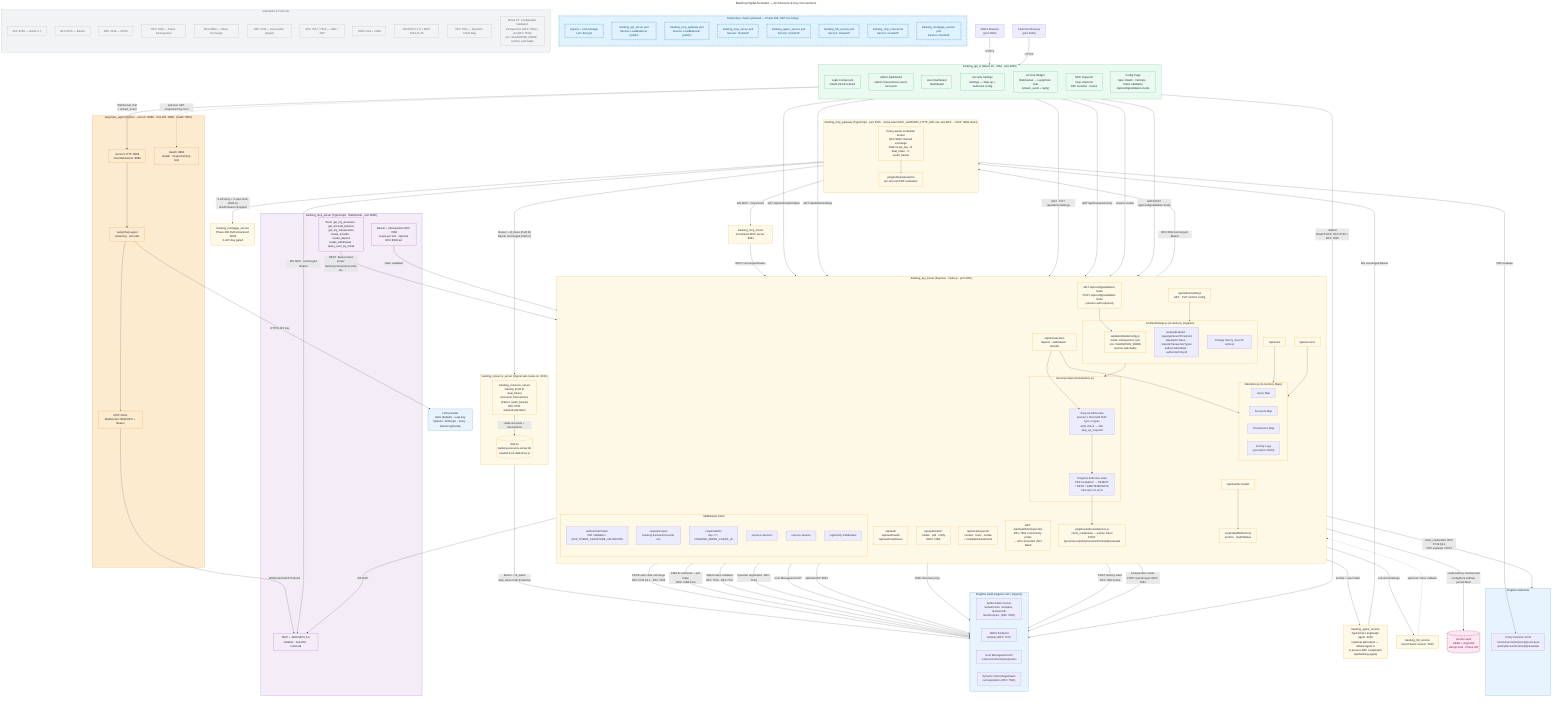
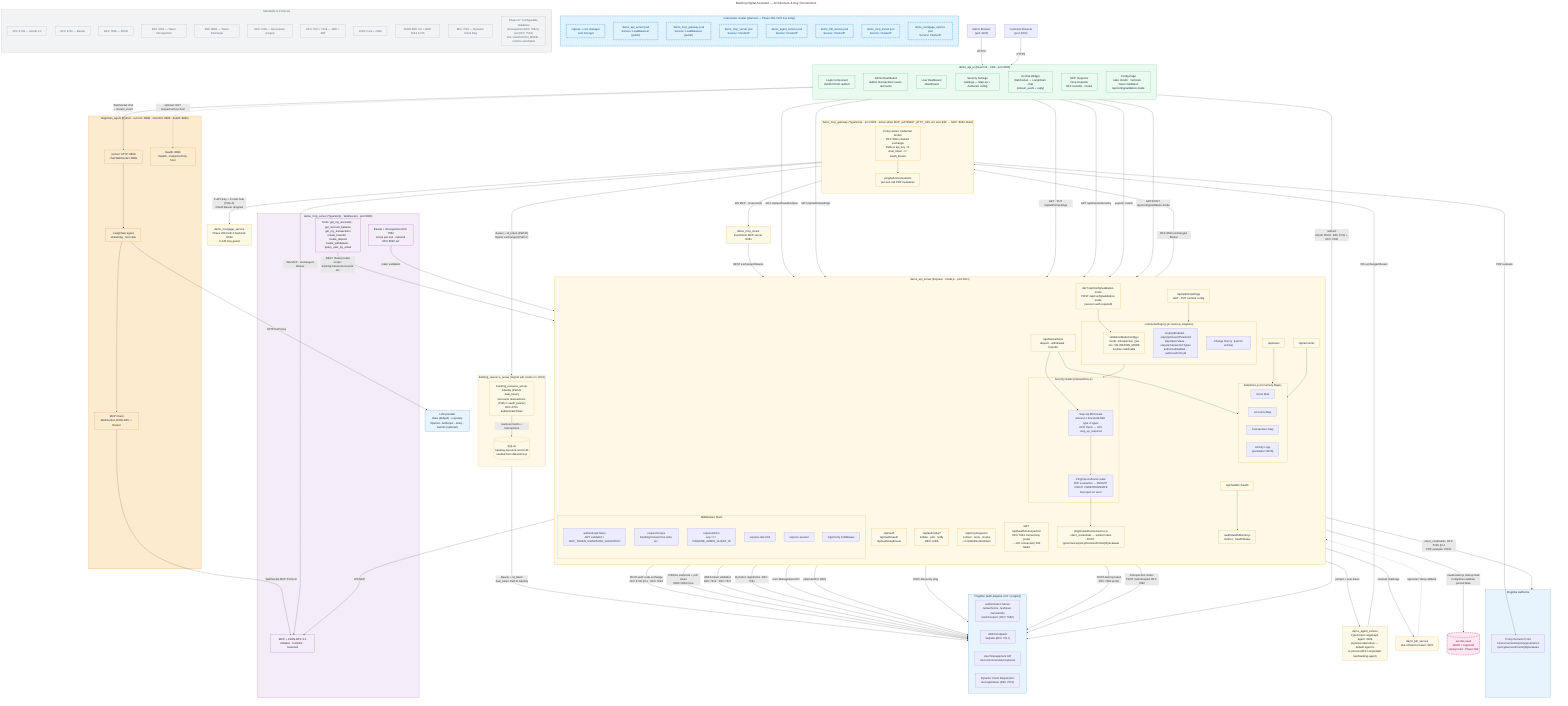
---
title: Banking Digital Assistant — Architecture & Key Connections
---
flowchart TB
    %% ── Phase 268 future K8s topology — DASHED = PLANNED, NOT SHIPPED ─
    subgraph K8s["Kubernetes cluster (planned — Phase 268, NOT live today)"]
        direction TB
        Ingress["Ingress + cert-manager<br/>Let's Encrypt"]
-         BFFPod["banking_api_server pod<br/>Service: LoadBalancer (public)"]
-         GWPod["banking_mcp_gateway pod<br/>Service: LoadBalancer (public)"]
-         MCPPod["banking_mcp_server pod<br/>Service: ClusterIP"]
-         AgentPod["banking_agent_service pod<br/>Service: ClusterIP"]
-         HITLPod["banking_hitl_service pod<br/>Service: ClusterIP"]
-         InvestPod["banking_mcp_invest pod<br/>Service: ClusterIP"]
-         MortgagePod["banking_mortgage_service pod<br/>Service: ClusterIP"]
+         BFFPod["demo_api_server pod<br/>Service: LoadBalancer (public)"]
+         GWPod["demo_mcp_gateway pod<br/>Service: LoadBalancer (public)"]
+         MCPPod["demo_mcp_server pod<br/>Service: ClusterIP"]
+         AgentPod["demo_agent_service pod<br/>Service: ClusterIP"]
+         HITLPod["demo_hitl_service pod<br/>Service: ClusterIP"]
+         InvestPod["demo_mcp_invest pod<br/>Service: ClusterIP"]
+         MortgagePod["demo_mortgage_service pod<br/>Service: ClusterIP"]
    end

    %% ── External Users ────────────────────────────────────────────────────────
    AdminBrowser["Admin Browser<br/>(port 4000)"]
    CustomerBrowser["Customer Browser<br/>(port 4000)"]

    %% ── Frontend ──────────────────────────────────────────────────────────────
-     subgraph UI["banking_api_ui  (React 18 · CRA · port 4000)"]
+     subgraph UI["demo_api_ui  (React 18 · CRA · port 4000)"]
        direction TB
        Login["Login Component\nOAuth PKCE redirect"]
        Dashboard["Admin Dashboard\n/admin /transactions /users /accounts"]
        UserDash["User Dashboard\n/dashboard"]
        SecuritySettings["Security Settings\n/settings — Step-up + Authorize config"]
        ChatWidget["AI Chat Widget\nWebSocket → LangChain chat\n(stream_event + reply)"]
        McpInspector["MCP Inspector\n/mcp-inspector\nBFF tools/list · invoke"]
        ConfigPage["Config Page\ntabs: OAuth · Verticals · Token Validation\n/api/config/validation-mode"]
    end

    %% ── API Server ────────────────────────────────────────────────────────────
-     subgraph API["banking_api_server  (Express · Node.js · port 3001)"]
+     subgraph API["demo_api_server  (Express · Node.js · port 3001)"]
        direction TB
        AuthRoutes["/api/auth\n/api/auth/oauth\n/api/auth/oauth/user"]
        CibaRoutes["/api/auth/ciba/*\ninitiate · poll · notify\nOIDC CIBA"]
        McpInspectorRoutes["/api/mcp/inspector\ncontext · tools · invoke\n+ mcpWebSocketClient"]
        TxRoutes["/api/transactions\ndeposit · withdrawal · transfer"]
        AdminRoutes["/api/admin/settings\nGET · PUT runtime config"]
        UserRoutes["/api/users"]
        AccountRoutes["/api/accounts"]
        Health["/api/healthz  /health"]
        ValidationRoutes["GET /api/config/validation-mode
POST /api/config/validation-mode
(session auth required)"]
        IntrospectionHealth["GET /api/health/introspection
RFC 7662 connectivity probe
→ 200 connected | 503 failed"]

        subgraph Middleware["Middleware Stack"]
            AuthMW["authenticateToken\nJWT validation / SKIP_TOKEN_SIGNATURE_VALIDATION"]
            ScopeMW["requireScopes\nbanking:transactions:write etc."]
            AdminMW["requireAdmin\nazp === PINGONE_ADMIN_CLIENT_ID"]
            RateLimiter["express-rate-limit"]
            Session["express-session"]
            ActivityLog["logActivity middleware"]
        end

        subgraph Gates["Security Gates  (transactions.js)"]
            StepUpGate["Step-Up MFA Gate\namount ≥ threshold AND type in types\nACR check → 428 step_up_required"]
            AuthorizeGate["PingOne Authorize Gate\nPDP evaluation → PERMIT / DENY / INDETERMINATE\nFail-open on error"]
        end

        subgraph RuntimeSettings["runtimeSettings.js  (in-memory singleton)"]
            ValidationMode["validationModeConfig.js
mode: introspection | jwt
env: VALIDATION_MODE
runtime switchable"]
            RSFields["stepUpEnabled · stepUpAmountThreshold\nstepUpAcrValue · stepUpTransactionTypes\nauthorizeEnabled · authorizePolicyId"]
            RSHistory["Change history  (last 50 entries)"]
        end

        subgraph DataStore["data/store.js  (in-memory Maps)"]
            Users["Users Map"]
            Accounts["Accounts Map"]
            Transactions["Transactions Map"]
            ActivityLogs["Activity Logs\n(persistent JSON)"]
        end

        AuthorizeService["pingOneAuthorizeService.js\nclient_credentials → worker token\nPOST /governance/policyDecisionPoints/{id}/evaluate"]
        OAuthMonitor["oauthHealthMonitor.js\nmetrics · healthStatus"]
    end

    %% ── MCP Server ────────────────────────────────────────────────────────────
-     subgraph MCP["banking_mcp_server  (TypeScript · WebSocket · port 8080)"]
+     subgraph MCP["demo_mcp_server  (TypeScript · WebSocket · port 8080)"]
        MCPProtocol["MCP + JSON-RPC 2.0\ninitialize · tools/list · tools/call"]
        MCPTools["Tools: get_my_accounts · get_account_balance\nget_my_transactions\ncreate_transfer · create_deposit\ncreate_withdrawal · query_user_by_email"]
        MCPAuth["Bearer + introspection RFC 7662\nscope per tool · optional RFC 8693 act"]
    end

    %% ── LangChain Agent ───────────────────────────────────────────────────────
    subgraph Agent["langchain_agent  (Python · uvicorn :8888 · chat WS :8889 · health :8890)"]
        FastAPI["uvicorn HTTP :8888<br/>chat WebSocket :8889"]
        HealthInsp["Health :8890<br/>/health · /inspector/mcp-host"]
        LangChain["LangChain agent<br/>streaming · tool calls"]
        MCPClientPy["MCP Client<br/>WebSocket JSON-RPC + Bearer"]
    end

    %% ── MCP Gateway (Phase 243 + 266) ──────────────────────────────────
-     subgraph Gateway["banking_mcp_gateway  (TypeScript · port 3005 · active when MCP_GATEWAY_HTTP_URL set; else BFF → MCP :8080 direct)"]
+     subgraph Gateway["demo_mcp_gateway  (TypeScript · port 3005 · active when MCP_GATEWAY_HTTP_URL set; else BFF → MCP :8080 direct)"]
        direction TB
        GwProxy["Policy-aware credential broker<br/>RFC 8693 chained exchange<br/>Paths A api_key - B dual_token - C oauth_bearer"]
        GwAuthorize["pingAuthorizeGuard.ts<br/>per-tool-call PDP evaluation"]
    end

    %% ── Additional Node services ───────────────────────────────────────
-     AgentService["banking_agent_service<br/>TypeScript LangGraph agent :3006<br/>(optional alternative — default agent is<br/>in-process BFF LangGraph /api/banking-agent)"]
-     MCPInvestSvc["banking_mcp_invest<br/>Investment MCP server :8081"]
-     MortgageSvc["banking_mortgage_service<br/>Phase 266 Path A backend :8082<br/>X-API-Key gated"]
-     HITLSvc["banking_hitl_service<br/>Out-of-band consent :3009"]
+     AgentService["demo_agent_service<br/>TypeScript LangGraph agent :3006<br/>(optional alternative — default agent is<br/>in-process BFF LangGraph /api/banking-agent)"]
+     MCPInvestSvc["demo_mcp_invest<br/>Investment MCP server :8081"]
+     MortgageSvc["demo_mortgage_service<br/>Phase 266 Path A backend :8082<br/>X-API-Key gated"]
+     HITLSvc["demo_hitl_service<br/>Out-of-band consent :3009"]

    %% ── Phase 269 vault ────────────────────────────────────────────────
    Vault[("secrets.vault<br/>AEAD + Argon2id<br/>startup-load - Phase 269")]

    %% ── External Services ─────────────────────────────────────────────────────
    subgraph PingOneCloud["PingOne  (auth.pingone.com / {region})"]
        direction LR
        OIDC_AS["Authorization Server\n/as/authorize  /as/token  /as/userinfo\n/as/introspect  (RFC 7662)"]
        JWKS["JWKS Endpoint\n/as/jwks  (RFC 7517)"]
        UserMgmt["User Management API\n/v1/environments/{env}/users"]
        AppRegistration["Dynamic Client Registration\n/as/registration  (RFC 7591)"]
    end

    subgraph PingOneAuthorize["PingOne Authorize"]
        PDP["Policy Decision Point\n/v1/environments/{env}/governance\n/policyDecisionPoints/{id}/evaluate"]
    end

    LLM["LLM provider<br/>Helix (default) - x-api-key<br/>OpenAI - Anthropic - Groq - Gemini (optional)"]

    %% ── Connections: Browser → UI ──────────────────────────────────────────────
    AdminBrowser -->|"HTTPS"| UI
    CustomerBrowser -->|"HTTPS"| UI

    %% ── Connections: UI → API (proxied via CRA proxy :3001) ───────────────────
    Login -->|"redirect\nOAuth PKCE  RFC 6749 + RFC 7636"| OIDC_AS
    Login -->|"GET /api/auth/oauth/status"| AuthRoutes
    Dashboard -->|"GET /api/admin/settings"| AdminRoutes
    SecuritySettings -->|"GET · PUT /api/admin/settings"| AdminRoutes
    UserDash -->|"GET /api/transactions/my"| TxRoutes
    ChatWidget -->|"WebSocket chat\n+ stream_event"| FastAPI

    McpInspector -->|"session cookie"| McpInspectorRoutes
    McpInspector -.->|"optional: GET /inspector/mcp-host"| HealthInsp

    %% ── Connections: API ↔ PingOne ────────────────────────────────────────────
    AuthRoutes -->|"PKCE auth code exchange\nRFC 6749 §4.1 · RFC 7636"| OIDC_AS
    CibaRoutes -->|"CIBA bc-authorize + poll token\nOIDF CIBA Core"| OIDC_AS
    AuthMW -->|"JWKS token validation\nRFC 7519 · RFC 7517"| JWKS
    AuthorizeService -->|"client_credentials  RFC 6749 §4.4\nPDP evaluate  POST"| PingOneAuthorize
    AuthRoutes -->|"Dynamic registration  RFC 7591"| AppRegistration
    AdminRoutes -->|"User Management API"| UserMgmt
    McpInspectorRoutes -->|"optional RFC 8693"| OIDC_AS
    McpInspectorRoutes -->|"WS MCP"| MCPProtocol

    %% ── Connections: Gates → Services ─────────────────────────────────────────
    TxRoutes --> StepUpGate
    StepUpGate --> AuthorizeGate
    AuthorizeGate --> AuthorizeService
    AdminRoutes --> RuntimeSettings
    RuntimeSettings --> Gates

    %% ── Connections: API → DataStore ──────────────────────────────────────────
    TxRoutes --> DataStore
    UserRoutes --> DataStore
    AccountRoutes --> DataStore

    %% ── Connections: MCP → API ────────────────────────────────────────────────
    MCPTools -->|"REST  Bearer token\nscope: banking:transactions:write etc."| TxRoutes
    MCPAuth -->|"token validation"| AuthMW
    MCPClientPy -->|"WebSocket  MCP Protocol"| MCPProtocol

    %% ── Connections: Agent → MCP + OpenAI ─────────────────────────────────────
    LangChain --> MCPClientPy
    LangChain -->|"HTTPS  API Key"| LLM
    FastAPI --> LangChain

    %% ── Phase 270: edges for newly-named services ─────────────────────
    AuthRoutes -->|"RFC 8693 exchanged Bearer"| GwProxy
    GwProxy --> GwAuthorize
    GwProxy -->|"WS MCP - exchanged Bearer"| MCPProtocol
    GwProxy -->|"WS MCP - invest tools"| MCPInvestSvc
    GwProxy -->|"X-API-Key + X-User-Sub (Path A)<br/>OAuth Bearer dropped"| MortgageSvc
    GwProxy -->|"Bearer + id_token (Path B)<br/>Bearer exchanged (Path C)"| BankingRS
    AuthRoutes -->|"prompt + user token"| AgentService
    AgentService -->|"WS exchanged Bearer"| GwProxy
    AuthRoutes -->|"consent challenge"| HITLSvc
    HITLSvc -.->|"approval / deny callback"| AuthRoutes
    AuthRoutes -->|"vaultLoader.js startup-load<br/>configStore.setRaw persist:false"| Vault
    MCPInvestSvc -->|"REST exchanged Bearer"| TxRoutes
    GwAuthorize -->|"PDP evaluate"| PDP

    %% ── Connections: OAuthMonitor ─────────────────────────────────────────────
    OAuthMonitor -->|"OIDC discovery ping"| OIDC_AS
    Health --> OAuthMonitor

    %% ── Connections: Token Validation Config ─────────────────────────────────
    ConfigPage -->|"GET/POST /api/config/validation-mode"| ValidationRoutes
    ValidationRoutes --> ValidationMode
    IntrospectionHealth -->|"POST dummy token
RFC 7662 probe"| OIDC_AS
    AuthMW -->|"introspection mode:
POST /as/introspect RFC 7662"| OIDC_AS

    %% Phase 266 R2: banking_resource_server (live) — Paths B and C both terminate here.
-     %% Path A (api_key): RFC 6750 bearer dropped; X-API-Key + X-User-Sub injected at Gateway; calls banking_mortgage_service :8082 (Phase 267).
+     %% Path A (api_key): RFC 6750 bearer dropped; X-API-Key + X-User-Sub injected at Gateway; calls demo_mortgage_service :8082 (Phase 267).
    %% Path B (dual_token): Bearer + id_token forwarded to /identity — RFC 8693 + RFC 8707 + OIDC Core ss3.1.3.7.
    %% Path C (oauth_bearer): RFC 8693 exchange; Bearer (new aud) to /accounts /transactions — SQLite-backed.
    subgraph ResourceServer["banking_resource_server  (logical sub-routes on :3001)"]
        direction TB
        BankingRS["banking_resource_server<br/>/identity (Path B dual_token)<br/>/accounts /transactions (Path C oauth_bearer)<br/>RFC 6750 authenticateToken"]
        BankingSQLite[("SQLite<br/>banking-resource-server.db<br/>seeded from data/store.js")]
    end

    BankingRS -->|"Bearer + id_token<br/>dual_token Path B /identity"| JWKS
    BankingRS -->|"reads accounts + transactions"| BankingSQLite

    %% ── Standards Legend ──────────────────────────────────────────────────────
    subgraph Standards["Standards & Protocols"]
        direction TB
        S1["RFC 6749 — OAuth 2.0"]
        S2["RFC 6750 — Bearer"]
        S3["RFC 7636 — PKCE"]
        S4["RFC 7662 — Token Introspection"]
        S5["RFC 8693 — Token Exchange"]
        S6["RFC 7009 — Revocation (target)"]
        S7["RFC 7517 / 7519 — JWK / JWT"]
        S8["OIDC Core + CIBA"]
        S9["JSON-RPC 2.0 + MCP 2024-11-05"]
        S10["RFC 7591 — Dynamic Client Reg"]
        S11["Phase 97: Configurable Validation
introspection (RFC 7662) | jwt (RFC 7519)
env: VALIDATION_MODE · runtime switchable"]
    end

    %% ── Styling ───────────────────────────────────────────────────────────────
    classDef external fill:#e8f4fd,stroke:#2980b9,color:#1a252f
    classDef frontend fill:#eafaf1,stroke:#27ae60,color:#1a252f
    classDef backend fill:#fef9e7,stroke:#f39c12,color:#1a252f
    classDef mcp fill:#f4ecf7,stroke:#8e44ad,color:#1a252f
    classDef agent fill:#fdebd0,stroke:#e67e22,color:#1a252f
    classDef standard fill:#f2f3f4,stroke:#95a5a6,color:#566573
    classDef k8s fill:#e0f2fe,stroke:#0284c7,color:#0c4a6e,stroke-width:2px,stroke-dasharray: 6 4
    classDef planned fill:#fce7f3,stroke:#be185d,color:#831843,stroke-width:2px,stroke-dasharray: 6 4

    class PingOneCloud,PingOneAuthorize,LLM external
    class UI,Login,Dashboard,UserDash,SecuritySettings,ChatWidget,McpInspector,ConfigPage frontend
    class API,AuthRoutes,CibaRoutes,McpInspectorRoutes,TxRoutes,AdminRoutes,UserRoutes,AccountRoutes,Health,Middleware,Gates,RuntimeSettings,DataStore,AuthorizeService,OAuthMonitor,ValidationMode,ValidationRoutes,IntrospectionHealth backend
    class MCP,MCPProtocol,MCPTools,MCPAuth mcp
    class Agent,FastAPI,HealthInsp,LangChain,MCPClientPy agent
    class Standards,S1,S2,S3,S4,S5,S6,S7,S8,S9,S10,S11 standard
    class Gateway,GwProxy,GwAuthorize,AgentService,MCPInvestSvc,MortgageSvc,HITLSvc,ResourceServer,BankingRS,BankingSQLite backend
    class Vault planned
    class K8s,Ingress,BFFPod,GWPod,MCPPod,AgentPod,HITLPod,InvestPod,MortgagePod k8s
